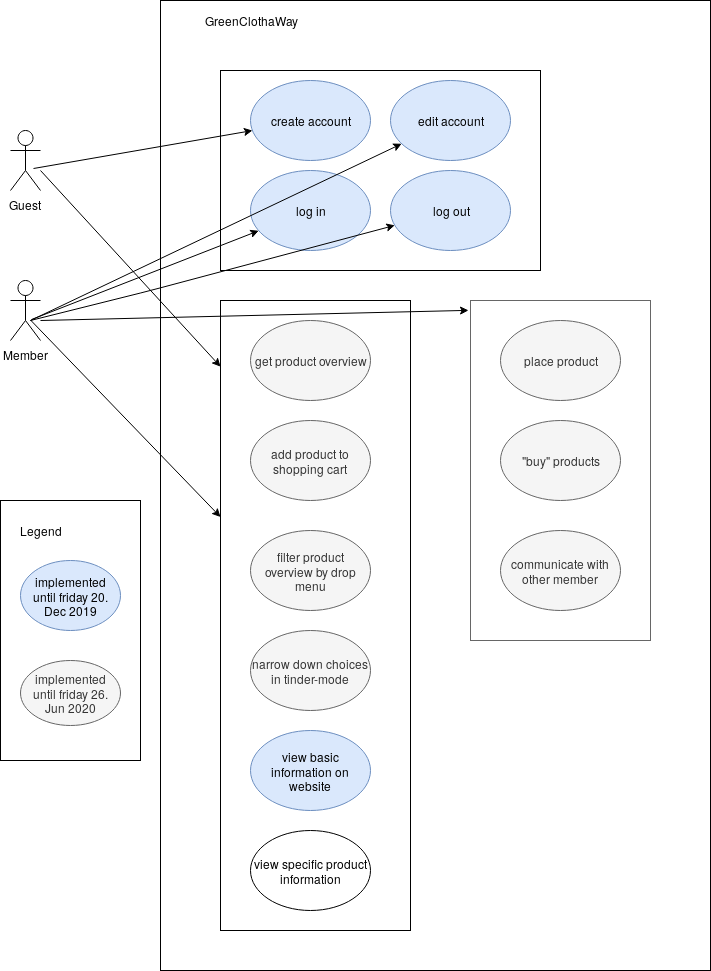
The draw.io diagram GCW_UML.png in enrikb/Website, before a commit. Source tidied: cells renumbered, new cells last; positions are measured from the earlier drawing's top-left corner, leaving out a move shared by most shapes.
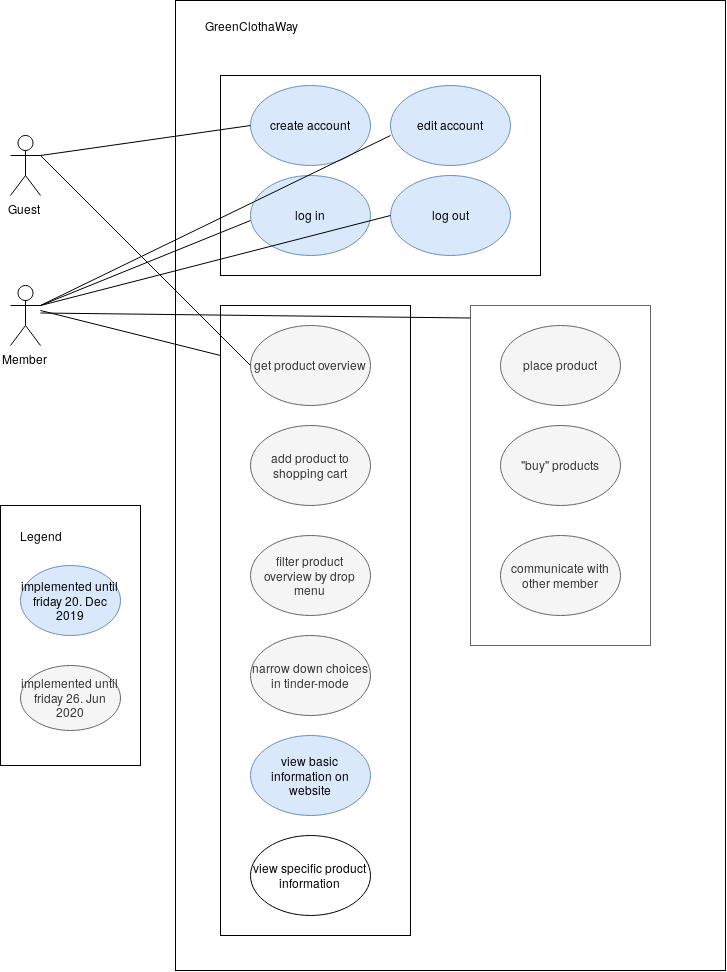
Above is the later version.

Change to the diagram source:
```diff
@@ -59,44 +59,6 @@
     <mxCell id="20" value="implemented until friday 26. Jun 2020" style="ellipse;whiteSpace=wrap;html=1;fillColor=#f5f5f5;strokeColor=#666666;fontColor=#333333;" parent="1" vertex="1">
       <mxGeometry x="20" y="660" width="100" height="65" as="geometry" />
     </mxCell>
-    <mxCell id="21" style="endArrow=classic;html=1;" parent="1" edge="1" target="5">
-      <mxGeometry relative="1" as="geometry">
-        <mxPoint x="30" y="320" as="sourcePoint" />
-      </mxGeometry>
-    </mxCell>
-    <mxCell id="22" style="endArrow=classic;html=1;" parent="1" edge="1" target="4">
-      <mxGeometry relative="1" as="geometry">
-        <mxPoint x="33" y="168" as="sourcePoint" />
-      </mxGeometry>
-    </mxCell>
-    <mxCell id="23" style="endArrow=classic;html=1;" parent="1" edge="1" target="6">
-      <mxGeometry relative="1" as="geometry">
-        <mxPoint x="31" y="319" as="sourcePoint" />
-      </mxGeometry>
-    </mxCell>
-    <mxCell id="24" style="endArrow=classic;html=1;" parent="1" edge="1" target="7">
-      <mxGeometry relative="1" as="geometry">
-        <mxPoint x="30" y="320" as="sourcePoint" />
-        <Array as="points">
-          <mxPoint x="150" y="290" />
-        </Array>
-      </mxGeometry>
-    </mxCell>
-    <mxCell id="25" style="endArrow=classic;html=1;entryX=0;entryY=0.105;entryDx=0;entryDy=0;entryPerimeter=0;" parent="1" edge="1" target="14">
-      <mxGeometry relative="1" as="geometry">
-        <mxPoint x="40" y="170" as="sourcePoint" />
-      </mxGeometry>
-    </mxCell>
-    <mxCell id="26" style="endArrow=classic;html=1;" parent="1" edge="1" target="14">
-      <mxGeometry relative="1" as="geometry">
-        <mxPoint x="30" y="319.5" as="sourcePoint" />
-      </mxGeometry>
-    </mxCell>
-    <mxCell id="27" style="endArrow=classic;html=1;entryX=-0.011;entryY=0.029;entryDx=0;entryDy=0;entryPerimeter=0;" parent="1" edge="1" target="15">
-      <mxGeometry relative="1" as="geometry">
-        <mxPoint x="40" y="320" as="sourcePoint" />
-      </mxGeometry>
-    </mxCell>
     <mxCell id="28" value="view basic information on website" style="ellipse;whiteSpace=wrap;html=1;fillColor=#dae8fc;strokeColor=#6c8ebf;" parent="1" vertex="1">
       <mxGeometry x="250" y="730" width="120" height="80" as="geometry" />
     </mxCell>
@@ -104,7 +66,7 @@
       <mxGeometry x="250" y="830" width="120" height="80" as="geometry" />
     </mxCell>
     <mxCell id="30" style="rounded=0;whiteSpace=wrap;html=1;fillColor=none;" parent="1" vertex="1">
-      <mxGeometry x="160" width="550" height="970" as="geometry" />
+      <mxGeometry x="175" y="-5" width="550" height="970" as="geometry" />
     </mxCell>
     <mxCell id="31" value="GreenClothaWay" style="text;html=1;strokeColor=none;fillColor=none;align=center;verticalAlign=middle;whiteSpace=wrap;rounded=0;" parent="1" vertex="1">
       <mxGeometry x="170" y="10" width="160" height="20" as="geometry" />
@@ -112,5 +74,42 @@
     <mxCell id="32" value="implemented until friday 20. Dec 2019" style="ellipse;whiteSpace=wrap;html=1;fillColor=#dae8fc;strokeColor=#6c8ebf;" parent="1" vertex="1">
       <mxGeometry x="20" y="560" width="100" height="70" as="geometry" />
     </mxCell>
+    <mxCell id="33" style="endArrow=none;html=1;exitX=1;exitY=0.3333333333333333;exitDx=0;exitDy=0;exitPerimeter=0;" parent="1" edge="1" source="2">
+      <mxGeometry relative="1" as="geometry">
+        <mxPoint x="250" y="120" as="targetPoint" />
+      </mxGeometry>
+    </mxCell>
+    <mxCell id="34" style="endArrow=none;html=1;exitX=1;exitY=0.3333333333333333;exitDx=0;exitDy=0;exitPerimeter=0;" parent="1" edge="1" source="3">
+      <mxGeometry relative="1" as="geometry">
+        <mxPoint x="390" y="130" as="targetPoint" />
+      </mxGeometry>
+    </mxCell>
+    <mxCell id="35" style="endArrow=none;html=1;exitX=1;exitY=0.3333333333333333;exitDx=0;exitDy=0;exitPerimeter=0;" parent="1" edge="1" source="2">
+      <mxGeometry relative="1" as="geometry">
+        <mxPoint x="250" y="360" as="targetPoint" />
+      </mxGeometry>
+    </mxCell>
+    <mxCell id="36" style="endArrow=none;html=1;exitX=1;exitY=0.3333333333333333;exitDx=0;exitDy=0;exitPerimeter=0;" parent="1" edge="1" source="3">
+      <mxGeometry relative="1" as="geometry">
+        <mxPoint x="250" y="215" as="targetPoint" />
+      </mxGeometry>
+    </mxCell>
+    <mxCell id="37" style="endArrow=none;html=1;exitX=1;exitY=0.3333333333333333;exitDx=0;exitDy=0;exitPerimeter=0;" parent="1" edge="1" source="3">
+      <mxGeometry relative="1" as="geometry">
+        <mxPoint x="390" y="210" as="targetPoint" />
+      </mxGeometry>
+    </mxCell>
+    <mxCell id="38" style="endArrow=none;html=1;" parent="1" edge="1">
+      <mxGeometry relative="1" as="geometry">
+        <mxPoint x="40" y="307.5" as="sourcePoint" />
+        <mxPoint x="470" y="312.5" as="targetPoint" />
+      </mxGeometry>
+    </mxCell>
+    <mxCell id="39" style="endArrow=none;html=1;" parent="1" edge="1">
+      <mxGeometry relative="1" as="geometry">
+        <mxPoint x="40" y="305" as="sourcePoint" />
+        <mxPoint x="220" y="350" as="targetPoint" />
+      </mxGeometry>
+    </mxCell>
   </root>
 </mxGraphModel>
```
